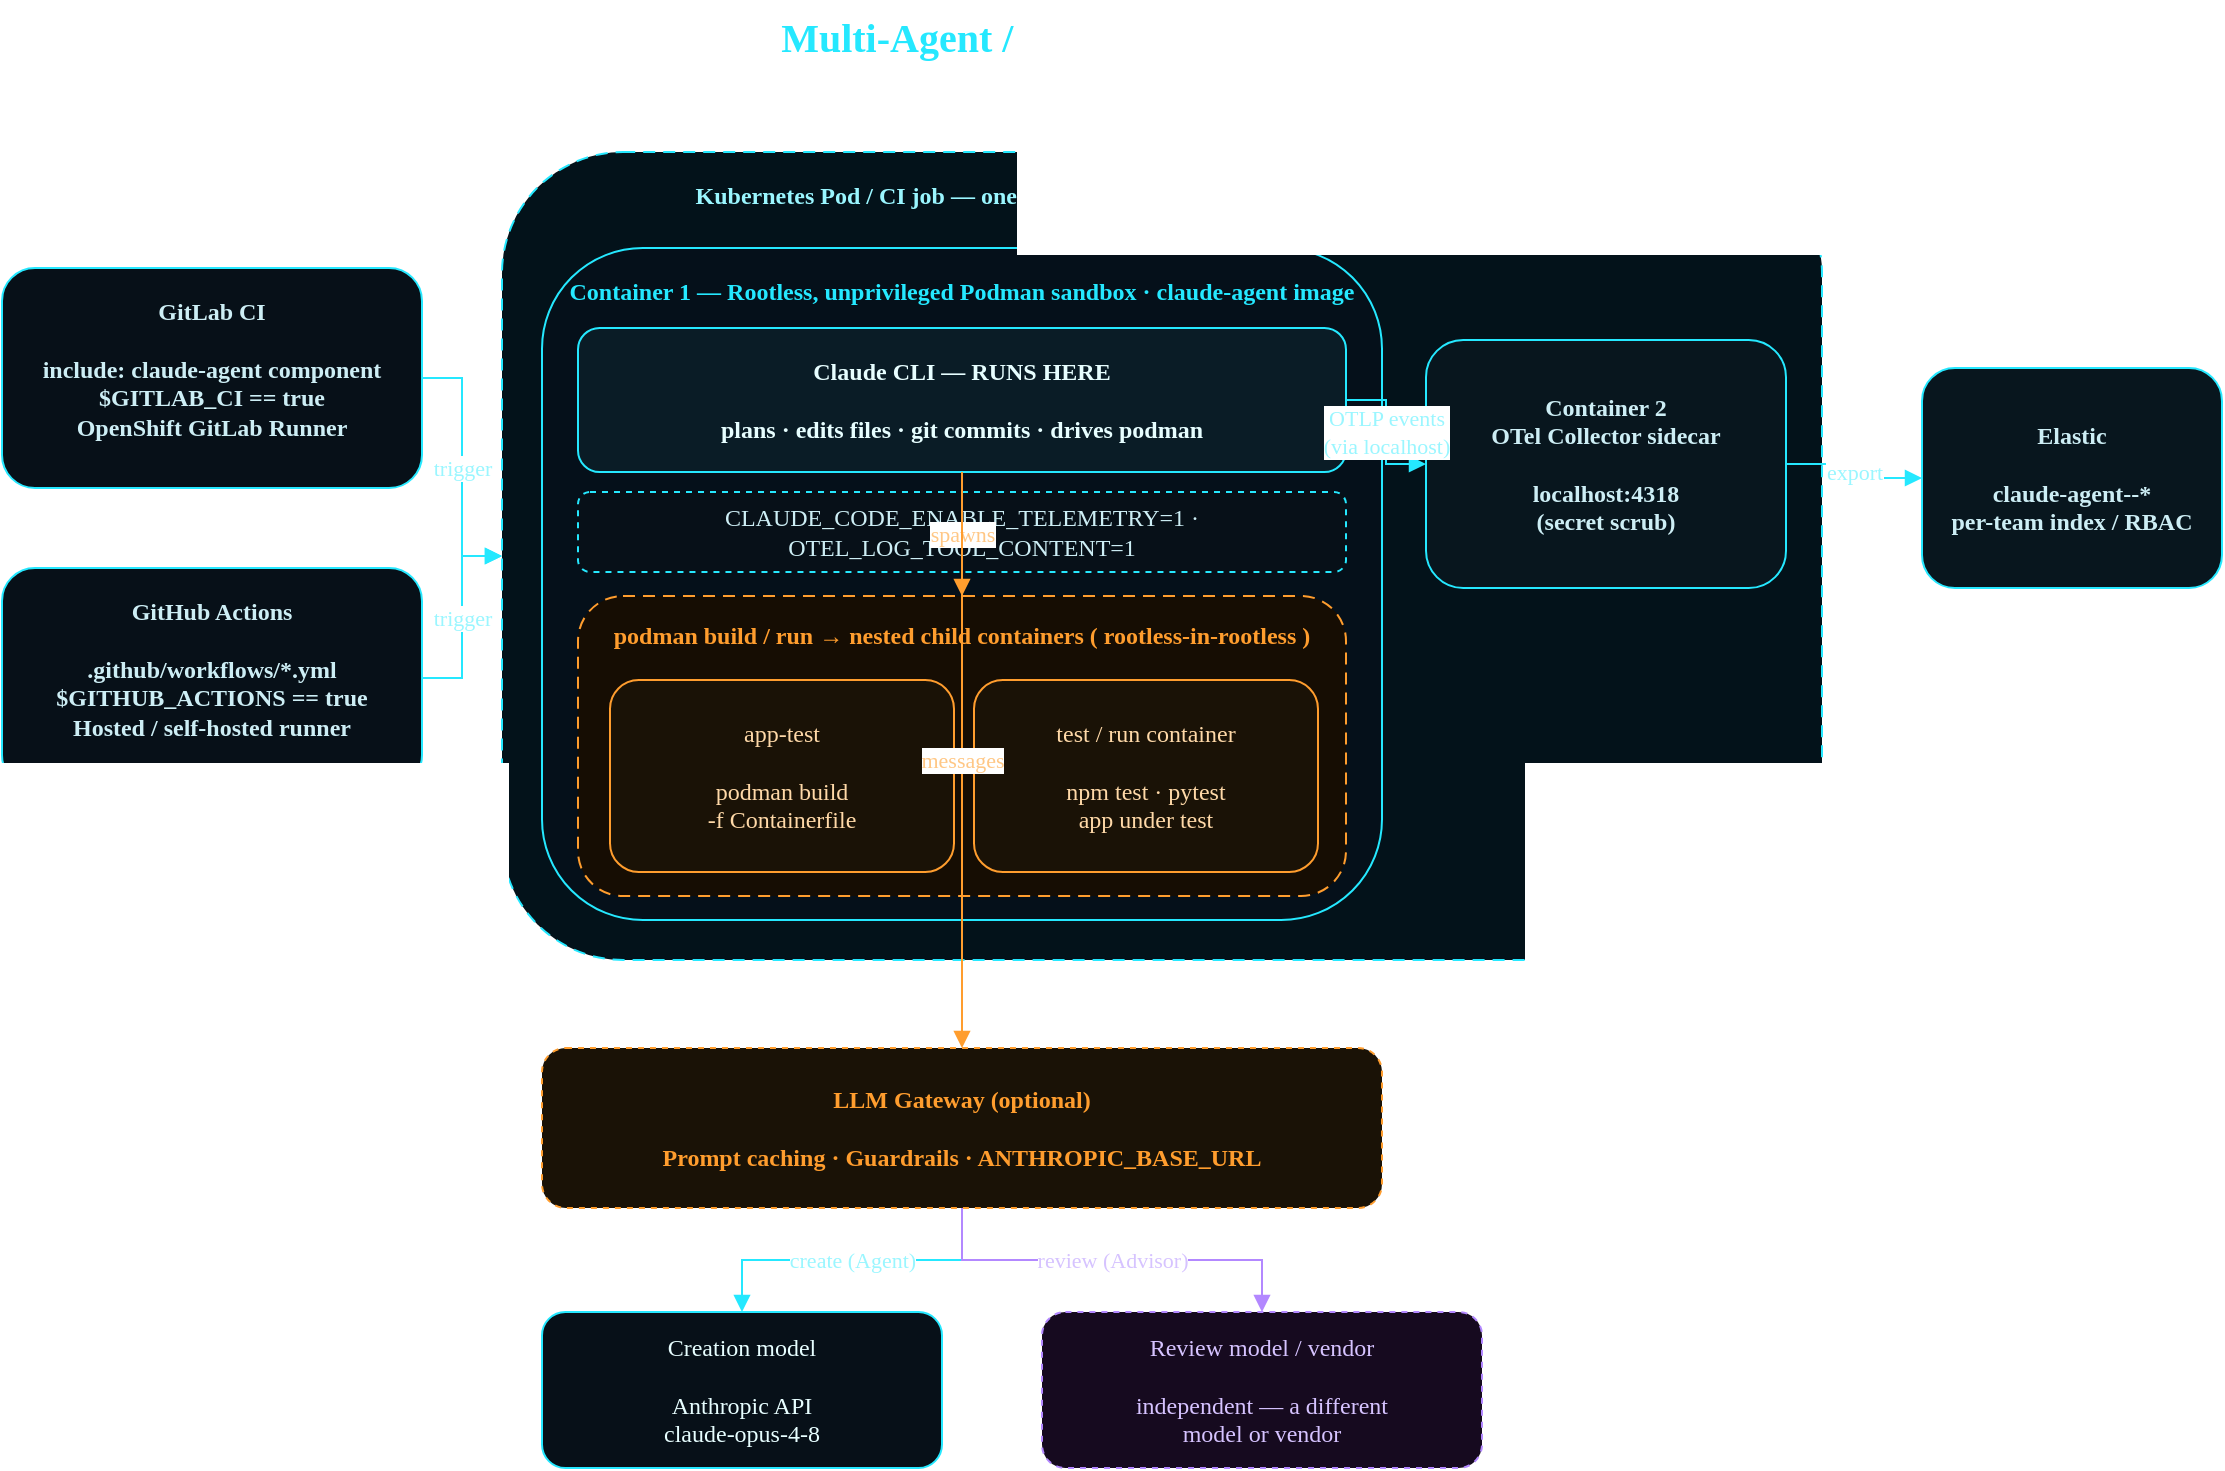
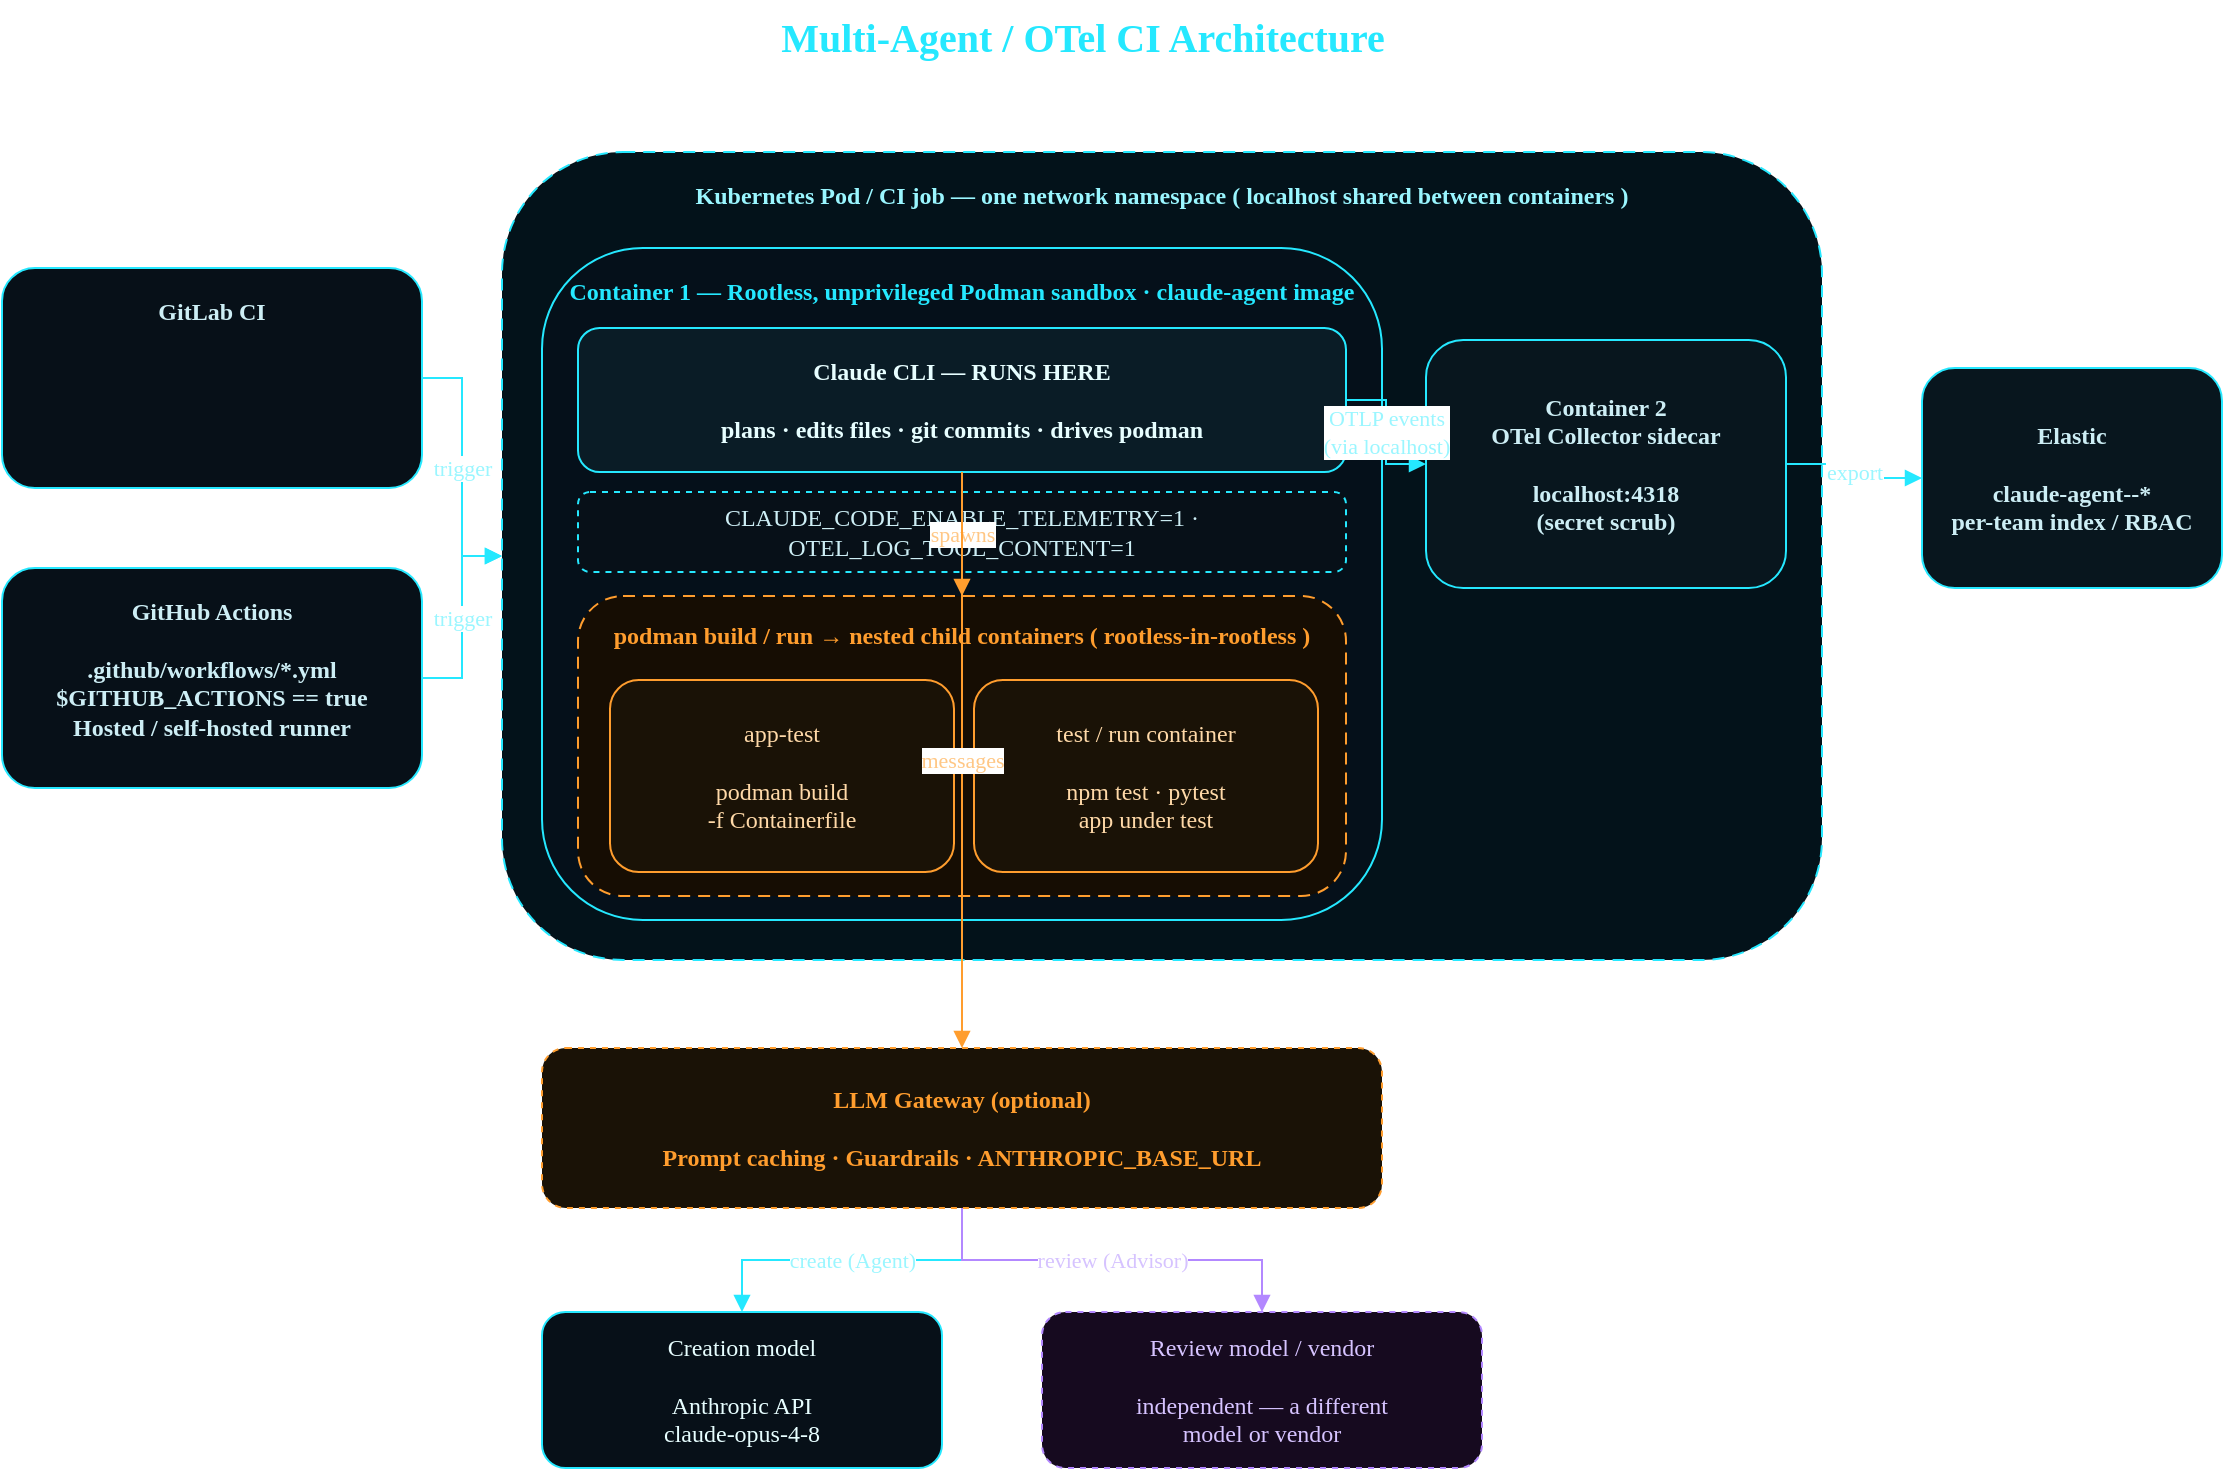
<mxfile host="app.diagrams.net" agent="claude-ci-agent" version="24.0.0">
  <diagram id="ci-arch" name="CI Architecture">
    <mxGraphModel dx="1100" dy="700" grid="1" gridSize="10" guides="1" tooltips="1" connect="1" arrows="1" fold="1" page="1" pageScale="1" pageWidth="1169" pageHeight="826" math="0" shadow="0">
      <root>
        <mxCell id="0" />
        <mxCell id="1" parent="0" />

        <!-- Title -->
        <mxCell id="title" value="Multi-Agent / OTel CI Architecture" style="text;html=1;align=center;verticalAlign=middle;fontSize=20;fontStyle=1;fontColor=#25e8ff;fontFamily=Orbitron;" vertex="1" parent="1">
          <mxGeometry x="360" y="16" width="440" height="36" as="geometry" />
        </mxCell>

        <!-- GitLab CI -->
-         <mxCell id="gitlab" value="GitLab CI&#10;&#10;include: claude-agent component&#10;$GITLAB_CI == true&#10;OpenShift GitLab Runner" style="rounded=1;whiteSpace=wrap;html=1;fillColor=#071018;strokeColor=#25e8ff;fontColor=#cdeef5;fontFamily=Rajdhani;align=center;verticalAlign=top;spacingTop=8;fontStyle=1;" vertex="1" parent="1">
+         <mxCell id="gitlab" value="GitLab CI" style="rounded=1;whiteSpace=wrap;html=1;fillColor=#071018;strokeColor=#25e8ff;fontColor=#cdeef5;fontFamily=Rajdhani;align=center;verticalAlign=top;spacingTop=8;fontStyle=1;" vertex="1" parent="1">
          <mxGeometry x="40" y="150" width="210" height="110" as="geometry" />
        </mxCell>

        <!-- GitHub Actions -->
        <mxCell id="github" value="GitHub Actions&#10;&#10;.github/workflows/*.yml&#10;$GITHUB_ACTIONS == true&#10;Hosted / self-hosted runner" style="rounded=1;whiteSpace=wrap;html=1;fillColor=#071018;strokeColor=#25e8ff;fontColor=#cdeef5;fontFamily=Rajdhani;align=center;verticalAlign=top;spacingTop=8;fontStyle=1;" vertex="1" parent="1">
          <mxGeometry x="40" y="300" width="210" height="110" as="geometry" />
        </mxCell>

        <!-- ============ OUTER: Kubernetes Pod / CI job ============ -->
        <mxCell id="pod" value="Kubernetes Pod  /  CI job   —   one network namespace ( localhost shared between containers )" style="rounded=1;whiteSpace=wrap;html=1;fillColor=#03121a;strokeColor=#25e8ff;fontColor=#9af6ff;fontFamily=Orbitron;align=center;verticalAlign=top;spacingTop=8;fontStyle=1;dashed=1;dashPattern=6 4;" vertex="1" parent="1">
          <mxGeometry x="290" y="92" width="660" height="404" as="geometry" />
        </mxCell>

        <!-- MIDDLE: the agent sandbox container -->
        <mxCell id="sandbox" value="Container 1 — Rootless, unprivileged Podman sandbox  ·  claude-agent image" style="rounded=1;whiteSpace=wrap;html=1;fillColor=#05101a;strokeColor=#25e8ff;fontColor=#25e8ff;fontFamily=Orbitron;align=center;verticalAlign=top;spacingTop=8;fontStyle=1;" vertex="1" parent="1">
          <mxGeometry x="310" y="140" width="420" height="336" as="geometry" />
        </mxCell>

        <!-- Claude CLI: runs in the sandbox container itself -->
        <mxCell id="agent" value="Claude CLI — RUNS HERE&#10;&#10;plans · edits files · git commits · drives podman" style="rounded=1;whiteSpace=wrap;html=1;fillColor=#0a1c26;strokeColor=#25e8ff;fontColor=#e7feff;fontFamily=Rajdhani;align=center;verticalAlign=middle;fontStyle=1;" vertex="1" parent="1">
          <mxGeometry x="328" y="180" width="384" height="72" as="geometry" />
        </mxCell>

        <!-- OTel flags -->
        <mxCell id="otelflags" value="CLAUDE_CODE_ENABLE_TELEMETRY=1 · OTEL_LOG_TOOL_CONTENT=1" style="rounded=1;whiteSpace=wrap;html=1;fillColor=#071018;strokeColor=#25e8ff;fontColor=#cdeef5;fontFamily=Rajdhani;align=center;verticalAlign=middle;dashed=1;" vertex="1" parent="1">
          <mxGeometry x="328" y="262" width="384" height="40" as="geometry" />
        </mxCell>

        <!-- INNER: nested child containers spawned by podman (rootless-in-rootless) -->
        <mxCell id="nested" value="podman build / run   →   nested child containers  ( rootless-in-rootless )" style="rounded=1;whiteSpace=wrap;html=1;fillColor=#160d03;strokeColor=#ff9d2e;fontColor=#ff9d2e;fontFamily=Rajdhani;align=center;verticalAlign=top;spacingTop=6;fontStyle=1;dashed=1;dashPattern=6 4;" vertex="1" parent="1">
          <mxGeometry x="328" y="314" width="384" height="150" as="geometry" />
        </mxCell>

        <mxCell id="childbuild" value="app-test&#10;&#10;podman build&#10;-f Containerfile" style="rounded=1;whiteSpace=wrap;html=1;fillColor=#1a1206;strokeColor=#ff9d2e;fontColor=#ffd9a8;fontFamily=Rajdhani;align=center;verticalAlign=middle;" vertex="1" parent="1">
          <mxGeometry x="344" y="356" width="172" height="96" as="geometry" />
        </mxCell>

        <mxCell id="childrun" value="test / run container&#10;&#10;npm test · pytest&#10;app under test" style="rounded=1;whiteSpace=wrap;html=1;fillColor=#1a1206;strokeColor=#ff9d2e;fontColor=#ffd9a8;fontFamily=Rajdhani;align=center;verticalAlign=middle;" vertex="1" parent="1">
          <mxGeometry x="526" y="356" width="172" height="96" as="geometry" />
        </mxCell>

        <!-- OTel Collector sidecar — Container 2 in the SAME pod -->
        <mxCell id="otel" value="Container 2&#10;OTel Collector sidecar&#10;&#10;localhost:4318&#10;(secret scrub)" style="rounded=1;whiteSpace=wrap;html=1;fillColor=#08161e;strokeColor=#25e8ff;fontColor=#cdeef5;fontFamily=Rajdhani;align=center;verticalAlign=middle;fontStyle=1;" vertex="1" parent="1">
          <mxGeometry x="752" y="186" width="180" height="124" as="geometry" />
        </mxCell>

        <!-- Elastic — outside the pod -->
        <mxCell id="elastic" value="Elastic&#10;&#10;claude-agent-&lt;team&gt;-*&#10;per-team index / RBAC" style="rounded=1;whiteSpace=wrap;html=1;fillColor=#08161e;strokeColor=#25e8ff;fontColor=#cdeef5;fontFamily=Rajdhani;align=center;verticalAlign=middle;fontStyle=1;" vertex="1" parent="1">
          <mxGeometry x="1000" y="200" width="150" height="110" as="geometry" />
        </mxCell>

        <!-- Edges -->
        <mxCell id="e1" value="trigger" style="edgeStyle=orthogonalEdgeStyle;rounded=0;html=1;endArrow=block;strokeColor=#25e8ff;fontColor=#9af6ff;fontFamily=Rajdhani;" edge="1" parent="1" source="gitlab" target="pod">
          <mxGeometry relative="1" as="geometry" />
        </mxCell>
        <mxCell id="e2" value="trigger" style="edgeStyle=orthogonalEdgeStyle;rounded=0;html=1;endArrow=block;strokeColor=#25e8ff;fontColor=#9af6ff;fontFamily=Rajdhani;" edge="1" parent="1" source="github" target="pod">
          <mxGeometry relative="1" as="geometry" />
        </mxCell>
        <mxCell id="enest" value="spawns" style="edgeStyle=orthogonalEdgeStyle;rounded=0;html=1;endArrow=block;strokeColor=#ff9d2e;fontColor=#ffc785;fontFamily=Rajdhani;" edge="1" parent="1" source="agent" target="nested">
          <mxGeometry relative="1" as="geometry" />
        </mxCell>
        <mxCell id="e3" value="OTLP events&#10;(via localhost)" style="edgeStyle=orthogonalEdgeStyle;rounded=0;html=1;endArrow=block;strokeColor=#25e8ff;fontColor=#9af6ff;fontFamily=Rajdhani;" edge="1" parent="1" source="agent" target="otel">
          <mxGeometry relative="1" as="geometry" />
        </mxCell>
        <mxCell id="e4" value="export" style="edgeStyle=orthogonalEdgeStyle;rounded=0;html=1;endArrow=block;strokeColor=#25e8ff;fontColor=#9af6ff;fontFamily=Rajdhani;" edge="1" parent="1" source="otel" target="elastic">
          <mxGeometry relative="1" as="geometry" />
        </mxCell>

        <!-- LLM Gateway (optional) -->
        <mxCell id="gateway" value="LLM Gateway (optional)&#10;&#10;Prompt caching · Guardrails · ANTHROPIC_BASE_URL" style="rounded=1;whiteSpace=wrap;html=1;fillColor=#1a1206;strokeColor=#ff9d2e;fontColor=#ff9d2e;fontFamily=Rajdhani;align=center;verticalAlign=middle;fontStyle=1;dashed=1;" vertex="1" parent="1">
          <mxGeometry x="310" y="540" width="420" height="80" as="geometry" />
        </mxCell>

        <!-- Creation model (Agent personality) -->
        <mxCell id="anthropic" value="Creation model&#10;&#10;Anthropic API&#10;claude-opus-4-8" style="rounded=1;whiteSpace=wrap;html=1;fillColor=#071018;strokeColor=#25e8ff;fontColor=#e7feff;fontFamily=Rajdhani;align=center;verticalAlign=middle;" vertex="1" parent="1">
          <mxGeometry x="310" y="672" width="200" height="78" as="geometry" />
        </mxCell>

        <!-- Review model (Advisor personality) — independent model or vendor -->
        <mxCell id="reviewer" value="Review model / vendor&#10;&#10;independent — a different&#10;model or vendor" style="rounded=1;whiteSpace=wrap;html=1;fillColor=#160a1f;strokeColor=#b388ff;fontColor=#d6c3ff;fontFamily=Rajdhani;align=center;verticalAlign=middle;dashed=1;" vertex="1" parent="1">
          <mxGeometry x="560" y="672" width="220" height="78" as="geometry" />
        </mxCell>

        <!-- Edges: agent -> gateway -> creation / review models -->
        <mxCell id="e5" value="messages" style="edgeStyle=orthogonalEdgeStyle;rounded=0;html=1;endArrow=block;strokeColor=#ff9d2e;fontColor=#ffc785;fontFamily=Rajdhani;" edge="1" parent="1" source="agent" target="gateway">
          <mxGeometry relative="1" as="geometry" />
        </mxCell>
        <mxCell id="e6" value="create (Agent)" style="edgeStyle=orthogonalEdgeStyle;rounded=0;html=1;endArrow=block;strokeColor=#25e8ff;fontColor=#9af6ff;fontFamily=Rajdhani;" edge="1" parent="1" source="gateway" target="anthropic">
          <mxGeometry relative="1" as="geometry" />
        </mxCell>
        <mxCell id="e7" value="review (Advisor)" style="edgeStyle=orthogonalEdgeStyle;rounded=0;html=1;endArrow=block;strokeColor=#b388ff;fontColor=#d6c3ff;fontFamily=Rajdhani;" edge="1" parent="1" source="gateway" target="reviewer">
          <mxGeometry relative="1" as="geometry" />
        </mxCell>
      </root>
    </mxGraphModel>
  </diagram>
</mxfile>
